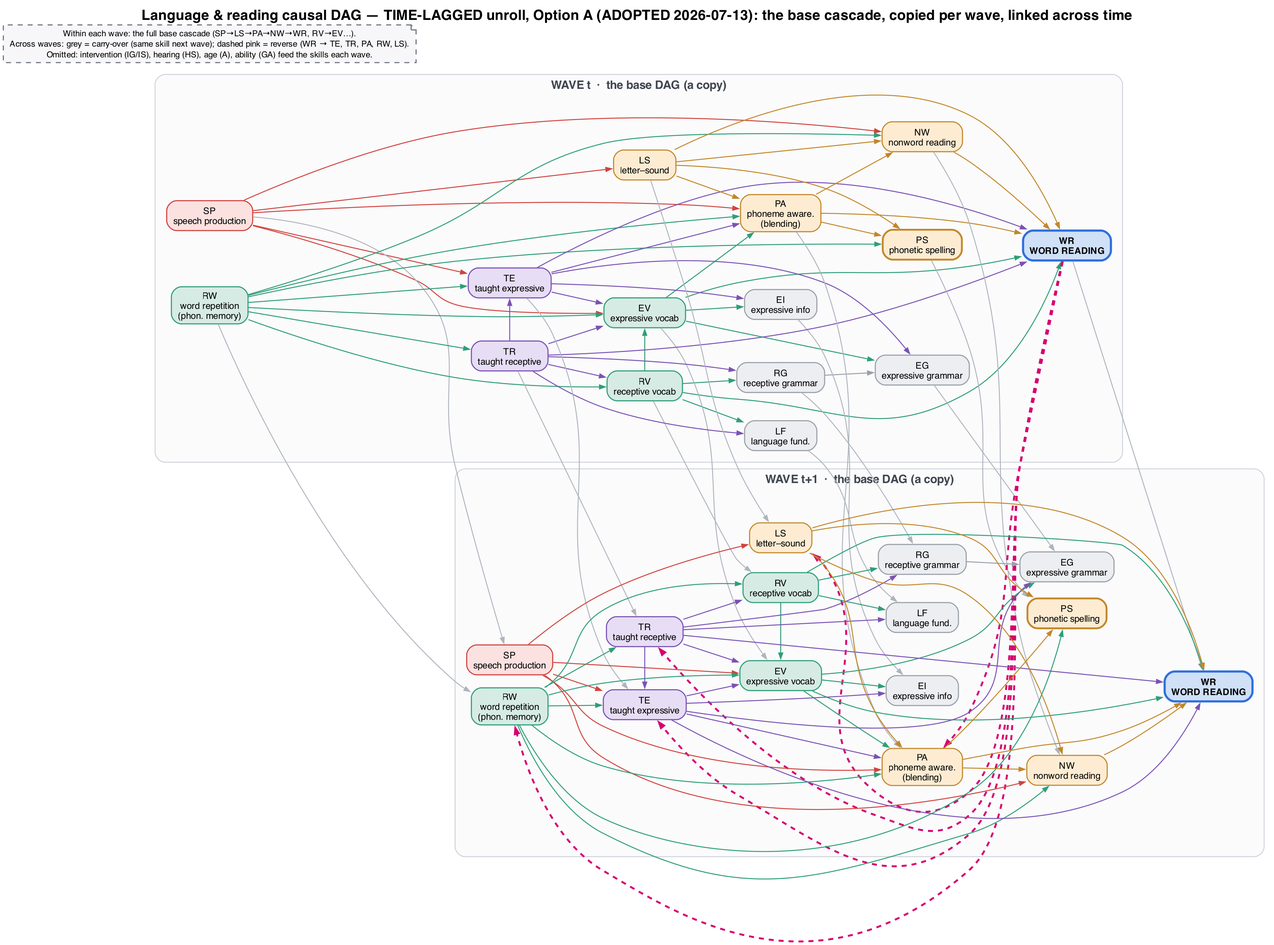
The Graphviz diagram dag/dag-language-reading-lagged-per-wave.png in dseinternational/language-reading-predictors, before a commit. Its source is kept beside it as dag/dag-language-reading-lagged-per-wave.dot.
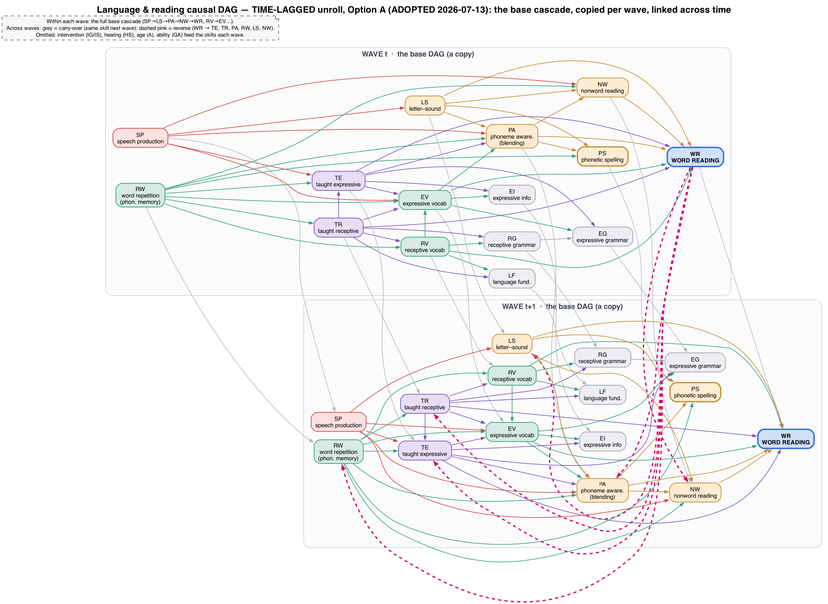
Later version of the same file.

The edit, as a diff of the source:
```diff
@@ -151,7 +151,8 @@
   "WR_1" -> "PA_2" [color="#d6006e", style=dashed, penwidth=2.3, constraint=false];
   "WR_1" -> "RW_2" [color="#d6006e", style=dashed, penwidth=2.3, constraint=false];
   "WR_1" -> "LS_2" [color="#d6006e", style=dashed, penwidth=2.3, constraint=false];  // added 2026-07-17: reading -> letter sounds (WR->LS direction test, LRP176/276)
+  "WR_1" -> "NW_2" [color="#d6006e", style=dashed, penwidth=2.3, constraint=false];  // added 2026-08-08: word knowledge -> later nonword decoding (#428)
   NOTE [shape=note, fillcolor="#f7f7f9", color="#6b7280", fontsize=10, style="filled,dashed",
-    label="Within each wave: the full base cascade (SP→LS→PA→NW→WR, RV→EV…).\nAcross waves: grey = carry-over (same skill next wave); dashed pink = reverse (WR → TE, TR, PA, RW, LS).\nOmitted: intervention (IG/IS), hearing (HS), age (A), ability (GA) feed the skills each wave."];
+    label="Within each wave: the full base cascade (SP→LS→PA→NW→WR, RV→EV…).\nAcross waves: grey = carry-over (same skill next wave); dashed pink = reverse (WR → TE, TR, PA, RW, LS, NW).\nOmitted: intervention (IG/IS), hearing (HS), age (A), ability (GA) feed the skills each wave."];
   {rank=source; "NOTE";}
 }
```
